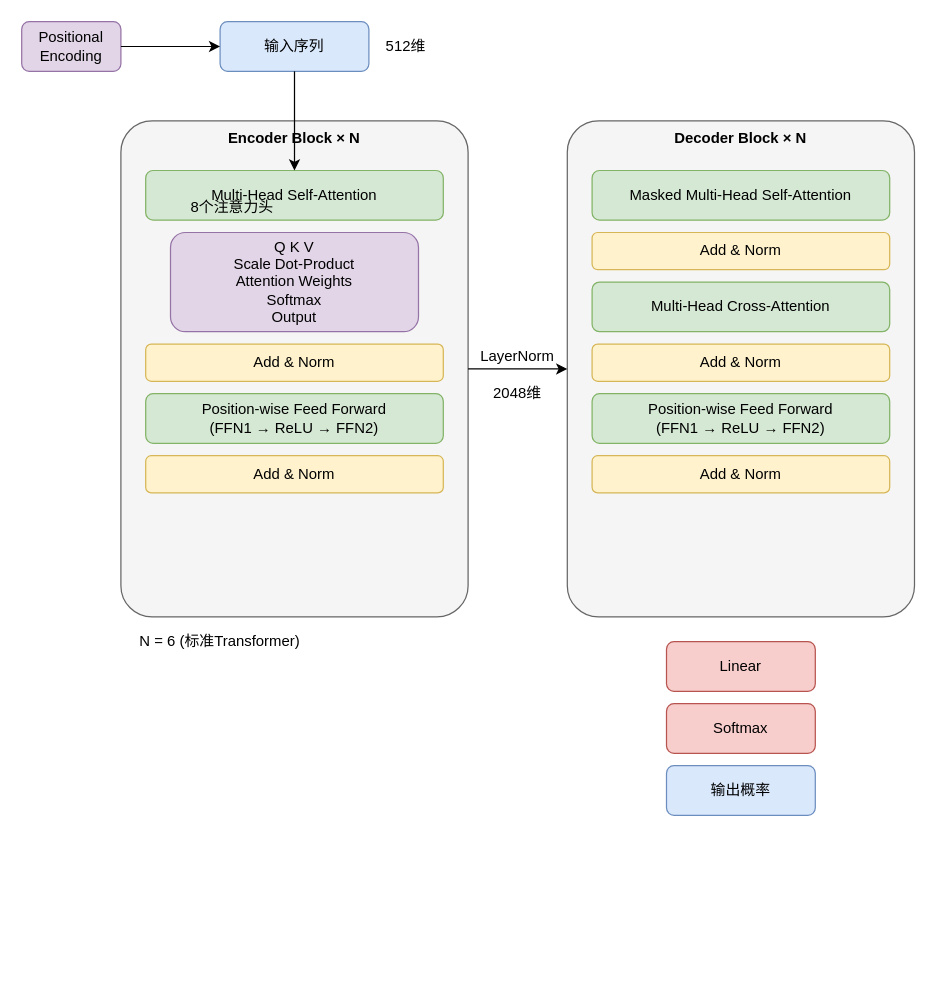
The draw.io diagram example/transformer.drawio in wjcwjc77/deeplot, before the edit. Source tidied: cells renumbered, new cells numbered last; positions are measured from the earlier drawing's top-left corner, leaving out a move shared by most shapes. Both pictures are drawn from the tidied source at 124%, with x=0, y=0 at pixel (21, 21).
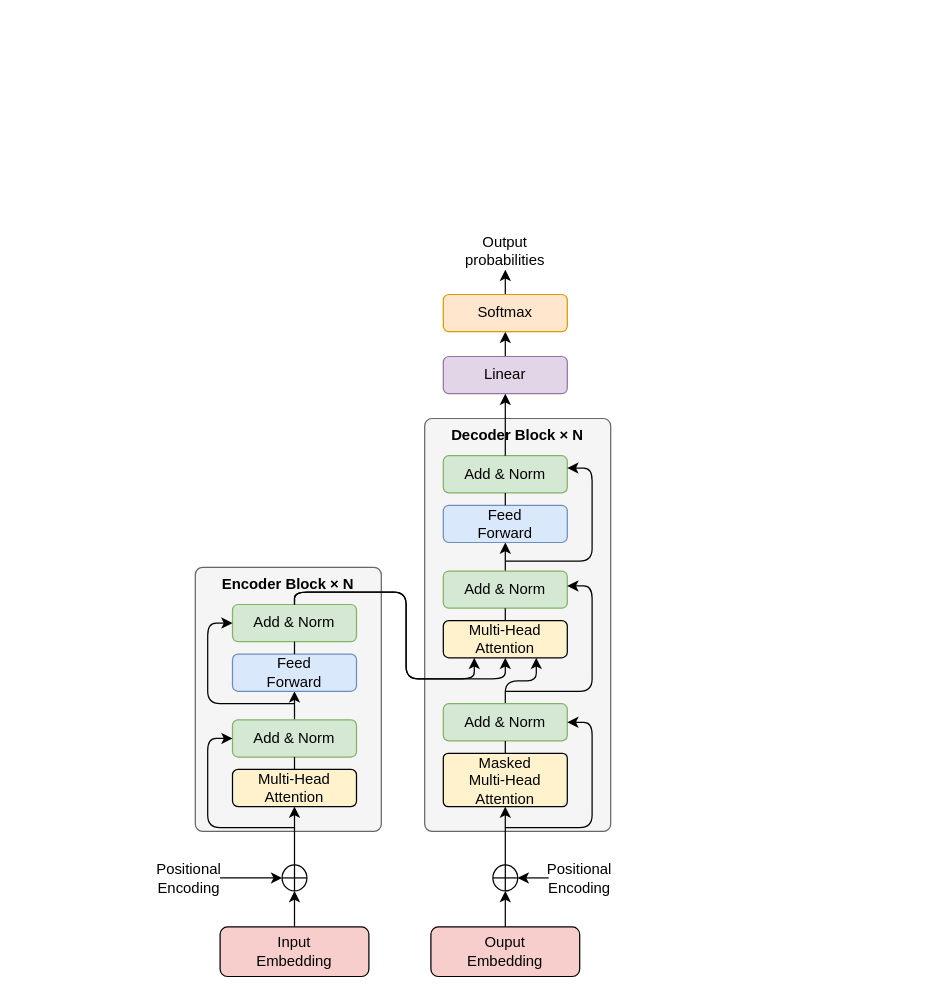
After the change.

What changed in the source:
```diff
@@
-    <mxCell id="2" value="输入序列" style="rounded=1;whiteSpace=wrap;html=1;fillColor=#dae8fc;strokeColor=#6c8ebf;" parent="1" vertex="1">
-      <mxGeometry x="160" width="120" height="40" as="geometry" />
-    </mxCell>
-    <mxCell id="3" value="Encoder Block × N" style="rounded=1;whiteSpace=wrap;html=1;fillColor=#f5f5f5;strokeColor=#666666;verticalAlign=top;fontStyle=1;arcSize=9;" parent="1" vertex="1">
-      <mxGeometry x="80" y="80" width="280" height="400" as="geometry" />
+    <mxCell id="3" value="Encoder Block × N" style="rounded=1;whiteSpace=wrap;html=1;fillColor=#f5f5f5;strokeColor=#666666;verticalAlign=top;fontStyle=1;arcSize=4;" parent="1" vertex="1">
+      <mxGeometry x="140" y="440" width="150" height="213" as="geometry" />
     </mxCell>
-    <mxCell id="4" value="Multi-Head Self-Attention" style="rounded=1;whiteSpace=wrap;html=1;fillColor=#d5e8d4;strokeColor=#82b366;" parent="1" vertex="1">
-      <mxGeometry x="100" y="120" width="240" height="40" as="geometry" />
-    </mxCell>
+    <mxCell id="28" style="edgeStyle=none;html=1;entryX=0.5;entryY=1;entryDx=0;entryDy=0;" parent="1" edge="1" source="5" target="17">
+      <mxGeometry relative="1" as="geometry" />
+    </mxCell>
-    <mxCell id="5" value="Q K V&#10;Scale Dot-Product&#10;Attention Weights&#10;Softmax&#10;Output" style="rounded=1;whiteSpace=wrap;html=1;fillColor=#e1d5e7;strokeColor=#9673a6;" parent="1" vertex="1">
-      <mxGeometry x="120" y="170" width="200" height="80" as="geometry" />
+    <mxCell id="5" value="Linear" style="rounded=1;whiteSpace=wrap;html=1;fillColor=#e1d5e7;strokeColor=#9673a6;" parent="1" vertex="1">
+      <mxGeometry x="340" y="270" width="100" height="30" as="geometry" />
     </mxCell>
-    <mxCell id="6" value="Add &amp; Norm" style="rounded=1;whiteSpace=wrap;html=1;fillColor=#fff2cc;strokeColor=#d6b656;" parent="1" vertex="1">
-      <mxGeometry x="100" y="260" width="240" height="30" as="geometry" />
-    </mxCell>
+    <mxCell id="29" style="edgeStyle=none;html=1;entryX=0.5;entryY=1;entryDx=0;entryDy=0;" parent="1" edge="1" source="7" target="18">
+      <mxGeometry relative="1" as="geometry" />
+    </mxCell>
-    <mxCell id="7" value="Position-wise Feed Forward&#10;(FFN1 → ReLU → FFN2)" style="rounded=1;whiteSpace=wrap;html=1;fillColor=#d5e8d4;strokeColor=#82b366;" parent="1" vertex="1">
-      <mxGeometry x="100" y="300" width="240" height="40" as="geometry" />
+    <mxCell id="7" value="Add &amp;amp; Norm" style="rounded=1;whiteSpace=wrap;html=1;fillColor=#d5e8d4;strokeColor=#82b366;" parent="1" vertex="1">
+      <mxGeometry x="170" y="563" width="100" height="30" as="geometry" />
     </mxCell>
-    <mxCell id="8" value="Add &amp; Norm" style="rounded=1;whiteSpace=wrap;html=1;fillColor=#fff2cc;strokeColor=#d6b656;" parent="1" vertex="1">
-      <mxGeometry x="100" y="350" width="240" height="30" as="geometry" />
+    <mxCell id="8" value="Multi-Head&lt;div&gt;Attention&lt;/div&gt;" style="rounded=1;whiteSpace=wrap;html=1;fillColor=#fff2cc;strokeColor=#000000;" parent="1" vertex="1">
+      <mxGeometry x="170" y="603" width="100" height="30" as="geometry" />
     </mxCell>
+    <mxCell id="16" value="Input&lt;div&gt;Embedding&lt;/div&gt;" style="rounded=1;whiteSpace=wrap;html=1;fillColor=#f8cecc;strokeColor=#000000;" parent="1" vertex="1">
+      <mxGeometry x="160" y="730" width="120" height="40" as="geometry" />
+    </mxCell>
+    <mxCell id="18" value="Feed&lt;div&gt;Forward&lt;/div&gt;" style="rounded=1;whiteSpace=wrap;html=1;fillColor=#dae8fc;strokeColor=#6c8ebf;" parent="1" vertex="1">
+      <mxGeometry x="170" y="510" width="100" height="30" as="geometry" />
+    </mxCell>
+    <mxCell id="30" style="verticalLabelPosition=bottom;verticalAlign=top;html=1;shape=mxgraph.flowchart.summing_function;" parent="1" vertex="1">
+      <mxGeometry x="210" y="680" width="20" height="21" as="geometry" />
+    </mxCell>
+    <mxCell id="31" style="edgeStyle=none;html=1;entryX=0.5;entryY=1;entryDx=0;entryDy=0;entryPerimeter=0;" parent="1" edge="1" source="16" target="30">
+      <mxGeometry relative="1" as="geometry" />
+    </mxCell>
+    <mxCell id="32" value="Positional&lt;div&gt;Encoding&lt;/div&gt;" style="rounded=1;whiteSpace=wrap;html=1;strokeColor=none;fillColor=none;" parent="1" vertex="1">
+      <mxGeometry x="110" y="670.5" width="50" height="40" as="geometry" />
+    </mxCell>
+    <mxCell id="33" style="edgeStyle=none;html=1;entryX=0;entryY=0.5;entryDx=0;entryDy=0;entryPerimeter=0;" parent="1" edge="1" source="32" target="30">
+      <mxGeometry relative="1" as="geometry" />
+    </mxCell>
+    <mxCell id="34" style="edgeStyle=none;html=1;exitX=0.5;exitY=0;exitDx=0;exitDy=0;exitPerimeter=0;entryX=0.5;entryY=1;entryDx=0;entryDy=0;" parent="1" edge="1" source="30" target="8">
+      <mxGeometry relative="1" as="geometry" />
+    </mxCell>
+    <mxCell id="35" style="endArrow=classic;html=1;entryX=0;entryY=0.5;entryDx=0;entryDy=0;edgeStyle=orthogonalEdgeStyle;" parent="1" edge="1" target="7">
+      <mxGeometry relative="1" as="geometry">
+        <mxPoint x="220" y="650" as="sourcePoint" />
+        <Array as="points">
+          <mxPoint x="150" y="650" />
+          <mxPoint x="150" y="578" />
+        </Array>
+      </mxGeometry>
+    </mxCell>
+    <mxCell id="36" value="Add &amp;amp; Norm" style="rounded=1;whiteSpace=wrap;html=1;fillColor=#d5e8d4;strokeColor=#82b366;" parent="1" vertex="1">
+      <mxGeometry x="170" y="470" width="100" height="30" as="geometry" />
+    </mxCell>
+    <mxCell id="37" style="endArrow=classic;html=1;entryX=0;entryY=0.5;entryDx=0;entryDy=0;edgeStyle=orthogonalEdgeStyle;" parent="1" edge="1" target="36">
+      <mxGeometry relative="1" as="geometry">
+        <mxPoint x="220" y="550" as="sourcePoint" />
+        <Array as="points">
+          <mxPoint x="150" y="550" />
+          <mxPoint x="150" y="485" />
+        </Array>
+      </mxGeometry>
+    </mxCell>
+    <mxCell id="38" style="endArrow=none;html=1;exitX=0.5;exitY=0;exitDx=0;exitDy=0;entryX=0.5;entryY=1;entryDx=0;entryDy=0;" parent="1" edge="1" source="8" target="7">
+      <mxGeometry relative="1" as="geometry" />
+    </mxCell>
+    <mxCell id="39" style="endArrow=none;html=1;exitX=0.5;exitY=0;exitDx=0;exitDy=0;entryX=0.5;entryY=1;entryDx=0;entryDy=0;" parent="1" edge="1" source="18" target="36">
+      <mxGeometry relative="1" as="geometry" />
+    </mxCell>
-    <mxCell id="9" value="Decoder Block × N" style="rounded=1;whiteSpace=wrap;html=1;fillColor=#f5f5f5;strokeColor=#666666;verticalAlign=top;fontStyle=1;arcSize=9;" parent="1" vertex="1">
-      <mxGeometry x="440" y="80" width="280" height="400" as="geometry" />
+    <mxCell id="9" value="Decoder Block × N" style="rounded=1;whiteSpace=wrap;html=1;fillColor=#f5f5f5;strokeColor=#666666;verticalAlign=top;fontStyle=1;arcSize=4;" parent="1" vertex="1">
+      <mxGeometry x="325" y="320" width="150" height="333" as="geometry" />
     </mxCell>
-    <mxCell id="10" value="Masked Multi-Head Self-Attention" style="rounded=1;whiteSpace=wrap;html=1;fillColor=#d5e8d4;strokeColor=#82b366;" parent="1" vertex="1">
-      <mxGeometry x="460" y="120" width="240" height="40" as="geometry" />
-    </mxCell>
-    <mxCell id="11" value="Add &amp; Norm" style="rounded=1;whiteSpace=wrap;html=1;fillColor=#fff2cc;strokeColor=#d6b656;" parent="1" vertex="1">
-      <mxGeometry x="460" y="170" width="240" height="30" as="geometry" />
-    </mxCell>
-    <mxCell id="12" value="Multi-Head Cross-Attention" style="rounded=1;whiteSpace=wrap;html=1;fillColor=#d5e8d4;strokeColor=#82b366;" parent="1" vertex="1">
-      <mxGeometry x="460" y="210" width="240" height="40" as="geometry" />
-    </mxCell>
-    <mxCell id="13" value="Add &amp; Norm" style="rounded=1;whiteSpace=wrap;html=1;fillColor=#fff2cc;strokeColor=#d6b656;" parent="1" vertex="1">
-      <mxGeometry x="460" y="260" width="240" height="30" as="geometry" />
-    </mxCell>
-    <mxCell id="14" value="Position-wise Feed Forward&#10;(FFN1 → ReLU → FFN2)" style="rounded=1;whiteSpace=wrap;html=1;fillColor=#d5e8d4;strokeColor=#82b366;" parent="1" vertex="1">
-      <mxGeometry x="460" y="300" width="240" height="40" as="geometry" />
-    </mxCell>
-    <mxCell id="15" value="Add &amp; Norm" style="rounded=1;whiteSpace=wrap;html=1;fillColor=#fff2cc;strokeColor=#d6b656;" parent="1" vertex="1">
-      <mxGeometry x="460" y="350" width="240" height="30" as="geometry" />
-    </mxCell>
-    <mxCell id="16" value="Linear" style="rounded=1;whiteSpace=wrap;html=1;fillColor=#f8cecc;strokeColor=#b85450;" parent="1" vertex="1">
-      <mxGeometry x="520" y="500" width="120" height="40" as="geometry" />
-    </mxCell>
+    <mxCell id="40" value="Masked&lt;div&gt;Multi-Head&lt;/div&gt;&lt;div&gt;Attention&lt;/div&gt;" style="rounded=1;whiteSpace=wrap;html=1;fillColor=#fff2cc;strokeColor=#000000;arcSize=9;" parent="1" vertex="1">
+      <mxGeometry x="340" y="590" width="100" height="43" as="geometry" />
+    </mxCell>
+    <mxCell id="41" style="edgeStyle=none;html=1;entryX=0.5;entryY=1;entryDx=0;entryDy=0;" parent="1" edge="1" source="59" target="40">
+      <mxGeometry relative="1" as="geometry" />
+    </mxCell>
+    <mxCell id="42" value="Ouput&lt;div&gt;Embedding&lt;/div&gt;" style="rounded=1;whiteSpace=wrap;html=1;fillColor=#f8cecc;strokeColor=#000000;" parent="1" vertex="1">
+      <mxGeometry x="330" y="730" width="120" height="40" as="geometry" />
+    </mxCell>
+    <mxCell id="43" style="edgeStyle=orthogonalEdgeStyle;html=1;entryX=0.75;entryY=1;entryDx=0;entryDy=0;" parent="1" edge="1" source="44" target="48">
+      <mxGeometry relative="1" as="geometry" />
+    </mxCell>
+    <mxCell id="44" value="Add &amp;amp; Norm" style="rounded=1;whiteSpace=wrap;html=1;fillColor=#d5e8d4;strokeColor=#82b366;" parent="1" vertex="1">
+      <mxGeometry x="340" y="550" width="100" height="30" as="geometry" />
+    </mxCell>
+    <mxCell id="45" style="endArrow=none;html=1;entryX=0.5;entryY=1;entryDx=0;entryDy=0;exitX=0.5;exitY=0;exitDx=0;exitDy=0;" parent="1" edge="1" source="40" target="44">
+      <mxGeometry relative="1" as="geometry" />
+    </mxCell>
+    <mxCell id="46" style="edgeStyle=none;html=1;entryX=0.5;entryY=1;entryDx=0;entryDy=0;" parent="1" edge="1" source="47" target="49">
+      <mxGeometry relative="1" as="geometry" />
+    </mxCell>
+    <mxCell id="47" value="Add &amp;amp; Norm" style="rounded=1;whiteSpace=wrap;html=1;fillColor=#d5e8d4;strokeColor=#82b366;" parent="1" vertex="1">
+      <mxGeometry x="340" y="443" width="100" height="30" as="geometry" />
+    </mxCell>
+    <mxCell id="48" value="Multi-Head&lt;div&gt;Attention&lt;/div&gt;" style="rounded=1;whiteSpace=wrap;html=1;fillColor=#fff2cc;strokeColor=#000000;" parent="1" vertex="1">
+      <mxGeometry x="340" y="483" width="100" height="30" as="geometry" />
+    </mxCell>
+    <mxCell id="49" value="Feed&lt;div&gt;Forward&lt;/div&gt;" style="rounded=1;whiteSpace=wrap;html=1;fillColor=#dae8fc;strokeColor=#6c8ebf;" parent="1" vertex="1">
+      <mxGeometry x="340" y="390" width="100" height="30" as="geometry" />
+    </mxCell>
+    <mxCell id="50" value="Add &amp;amp; Norm" style="rounded=1;whiteSpace=wrap;html=1;fillColor=#d5e8d4;strokeColor=#82b366;" parent="1" vertex="1">
+      <mxGeometry x="340" y="350" width="100" height="30" as="geometry" />
+    </mxCell>
+    <mxCell id="51" style="endArrow=none;html=1;exitX=0.5;exitY=0;exitDx=0;exitDy=0;entryX=0.5;entryY=1;entryDx=0;entryDy=0;" parent="1" edge="1" source="48" target="47">
+      <mxGeometry relative="1" as="geometry" />
+    </mxCell>
+    <mxCell id="52" style="endArrow=none;html=1;exitX=0.5;exitY=0;exitDx=0;exitDy=0;entryX=0.5;entryY=1;entryDx=0;entryDy=0;" parent="1" edge="1" source="49" target="50">
+      <mxGeometry relative="1" as="geometry" />
+    </mxCell>
+    <mxCell id="53" style="edgeStyle=orthogonalEdgeStyle;html=1;entryX=0.25;entryY=1;entryDx=0;entryDy=0;exitX=0.5;exitY=0;exitDx=0;exitDy=0;" parent="1" edge="1" source="36" target="48">
+      <mxGeometry relative="1" as="geometry">
+        <Array as="points">
+          <mxPoint x="220" y="460" />
+          <mxPoint x="310" y="460" />
+          <mxPoint x="310" y="530" />
+          <mxPoint x="365" y="530" />
+        </Array>
+      </mxGeometry>
+    </mxCell>
+    <mxCell id="54" style="edgeStyle=orthogonalEdgeStyle;html=1;entryX=0.5;entryY=1;entryDx=0;entryDy=0;exitX=0.5;exitY=0;exitDx=0;exitDy=0;" parent="1" edge="1" source="36" target="48">
+      <mxGeometry relative="1" as="geometry">
+        <Array as="points">
+          <mxPoint x="220" y="460" />
+          <mxPoint x="310" y="460" />
+          <mxPoint x="310" y="530" />
+          <mxPoint x="390" y="530" />
+        </Array>
+      </mxGeometry>
+    </mxCell>
+    <mxCell id="55" style="endArrow=classic;html=1;entryX=1;entryY=0.5;entryDx=0;entryDy=0;edgeStyle=orthogonalEdgeStyle;" parent="1" edge="1" target="44">
+      <mxGeometry relative="1" as="geometry">
+        <mxPoint x="390" y="650" as="sourcePoint" />
+        <Array as="points">
+          <mxPoint x="460" y="650" />
+          <mxPoint x="460" y="565" />
+        </Array>
+      </mxGeometry>
+    </mxCell>
+    <mxCell id="56" style="endArrow=classic;html=1;entryX=1;entryY=0.5;entryDx=0;entryDy=0;edgeStyle=orthogonalEdgeStyle;" parent="1" edge="1">
+      <mxGeometry relative="1" as="geometry">
+        <mxPoint x="390" y="540" as="sourcePoint" />
+        <mxPoint x="440" y="455" as="targetPoint" />
+        <Array as="points">
+          <mxPoint x="460" y="540" />
+          <mxPoint x="460" y="455" />
+        </Array>
+      </mxGeometry>
+    </mxCell>
+    <mxCell id="57" style="endArrow=classic;html=1;edgeStyle=orthogonalEdgeStyle;" parent="1" edge="1">
+      <mxGeometry relative="1" as="geometry">
+        <mxPoint x="390" y="435" as="sourcePoint" />
+        <mxPoint x="440" y="360" as="targetPoint" />
+        <Array as="points">
+          <mxPoint x="460" y="435" />
+          <mxPoint x="460" y="360" />
+        </Array>
+      </mxGeometry>
+    </mxCell>
+    <mxCell id="58" style="edgeStyle=none;html=1;entryX=0.5;entryY=1;entryDx=0;entryDy=0;" parent="1" edge="1" source="42" target="59">
+      <mxGeometry relative="1" as="geometry" />
+    </mxCell>
+    <mxCell id="59" style="verticalLabelPosition=bottom;verticalAlign=top;html=1;shape=mxgraph.flowchart.summing_function;" parent="1" vertex="1">
+      <mxGeometry x="380" y="680" width="20" height="21" as="geometry" />
+    </mxCell>
+    <mxCell id="60" value="Positional&lt;div&gt;Encoding&lt;/div&gt;" style="rounded=1;whiteSpace=wrap;html=1;strokeColor=none;fillColor=none;" parent="1" vertex="1">
+      <mxGeometry x="425" y="670.5" width="50" height="40" as="geometry" />
+    </mxCell>
+    <mxCell id="61" style="edgeStyle=none;html=1;entryX=1;entryY=0.5;entryDx=0;entryDy=0;entryPerimeter=0;" parent="1" edge="1" source="60" target="59">
+      <mxGeometry relative="1" as="geometry" />
+    </mxCell>
+    <mxCell id="62" style="edgeStyle=none;html=1;exitX=0.5;exitY=0;exitDx=0;exitDy=0;" parent="1" edge="1" source="50">
+      <mxGeometry relative="1" as="geometry">
+        <mxPoint x="390" y="300" as="targetPoint" />
+      </mxGeometry>
+    </mxCell>
+    <mxCell id="63" style="edgeStyle=none;html=1;entryX=0.5;entryY=1;entryDx=0;entryDy=0;" parent="1" edge="1" source="17" target="64">
+      <mxGeometry relative="1" as="geometry" />
+    </mxCell>
-    <mxCell id="17" value="Softmax" style="rounded=1;whiteSpace=wrap;html=1;fillColor=#f8cecc;strokeColor=#b85450;" parent="1" vertex="1">
-      <mxGeometry x="520" y="550" width="120" height="40" as="geometry" />
+    <mxCell id="17" value="Softmax" style="rounded=1;whiteSpace=wrap;html=1;fillColor=#ffe6cc;strokeColor=#d79b00;" parent="1" vertex="1">
+      <mxGeometry x="340" y="220" width="100" height="30" as="geometry" />
     </mxCell>
-    <mxCell id="18" value="输出概率" style="rounded=1;whiteSpace=wrap;html=1;fillColor=#dae8fc;strokeColor=#6c8ebf;" parent="1" vertex="1">
-      <mxGeometry x="520" y="600" width="120" height="40" as="geometry" />
-    </mxCell>
-    <mxCell id="19" value="Positional&#10;Encoding" style="rounded=1;whiteSpace=wrap;html=1;fillColor=#e1d5e7;strokeColor=#9673a6;" parent="1" vertex="1">
-      <mxGeometry width="80" height="40" as="geometry" />
-    </mxCell>
-    <mxCell id="20" style="endArrow=classic;html=1;exitX=1;exitY=0.5;exitDx=0;exitDy=0;entryX=0;entryY=0.5;entryDx=0;entryDy=0;" parent="1" edge="1" source="19" target="2">
-      <mxGeometry relative="1" as="geometry" />
-    </mxCell>
-    <mxCell id="21" style="endArrow=classic;html=1;exitX=0.5;exitY=1;exitDx=0;exitDy=0;entryX=0.5;entryY=0;entryDx=0;entryDy=0;" parent="1" edge="1" source="2" target="4">
-      <mxGeometry relative="1" as="geometry" />
-    </mxCell>
-    <mxCell id="22" style="endArrow=classic;html=1;exitX=1;exitY=0.5;exitDx=0;exitDy=0;entryX=0;entryY=0.5;entryDx=0;entryDy=0;" parent="1" edge="1" source="3" target="9">
-      <mxGeometry relative="1" as="geometry" />
-    </mxCell>
-    <mxCell id="23" value="N = 6 (标准Transformer)" style="text;html=1;strokeColor=none;fillColor=none;align=center;verticalAlign=middle;whiteSpace=wrap;rounded=0;" parent="1" vertex="1">
-      <mxGeometry x="80" y="490" width="160" height="20" as="geometry" />
-    </mxCell>
-    <mxCell id="24" value="8个注意力头" style="text;html=1;strokeColor=none;fillColor=none;align=center;verticalAlign=middle;whiteSpace=wrap;rounded=0;" parent="1" vertex="1">
-      <mxGeometry x="120" y="140" width="100" height="20" as="geometry" />
-    </mxCell>
-    <mxCell id="25" value="LayerNorm" style="text;html=1;strokeColor=none;fillColor=none;align=center;verticalAlign=middle;whiteSpace=wrap;rounded=0;" parent="1" vertex="1">
-      <mxGeometry x="360" y="260" width="80" height="20" as="geometry" />
-    </mxCell>
-    <mxCell id="26" value="512维" style="text;html=1;strokeColor=none;fillColor=none;align=center;verticalAlign=middle;whiteSpace=wrap;rounded=0;" parent="1" vertex="1">
-      <mxGeometry x="280" y="10" width="60" height="20" as="geometry" />
-    </mxCell>
-    <mxCell id="27" value="2048维" style="text;html=1;strokeColor=none;fillColor=none;align=center;verticalAlign=middle;whiteSpace=wrap;rounded=0;" parent="1" vertex="1">
-      <mxGeometry x="370" y="290" width="60" height="20" as="geometry" />
-    </mxCell>
+    <mxCell id="64" value="Output&lt;div&gt;probabilities&lt;/div&gt;" style="rounded=1;whiteSpace=wrap;html=1;fillColor=none;strokeColor=none;" parent="1" vertex="1">
+      <mxGeometry x="340" y="170" width="100" height="30" as="geometry" />
+    </mxCell>
```
